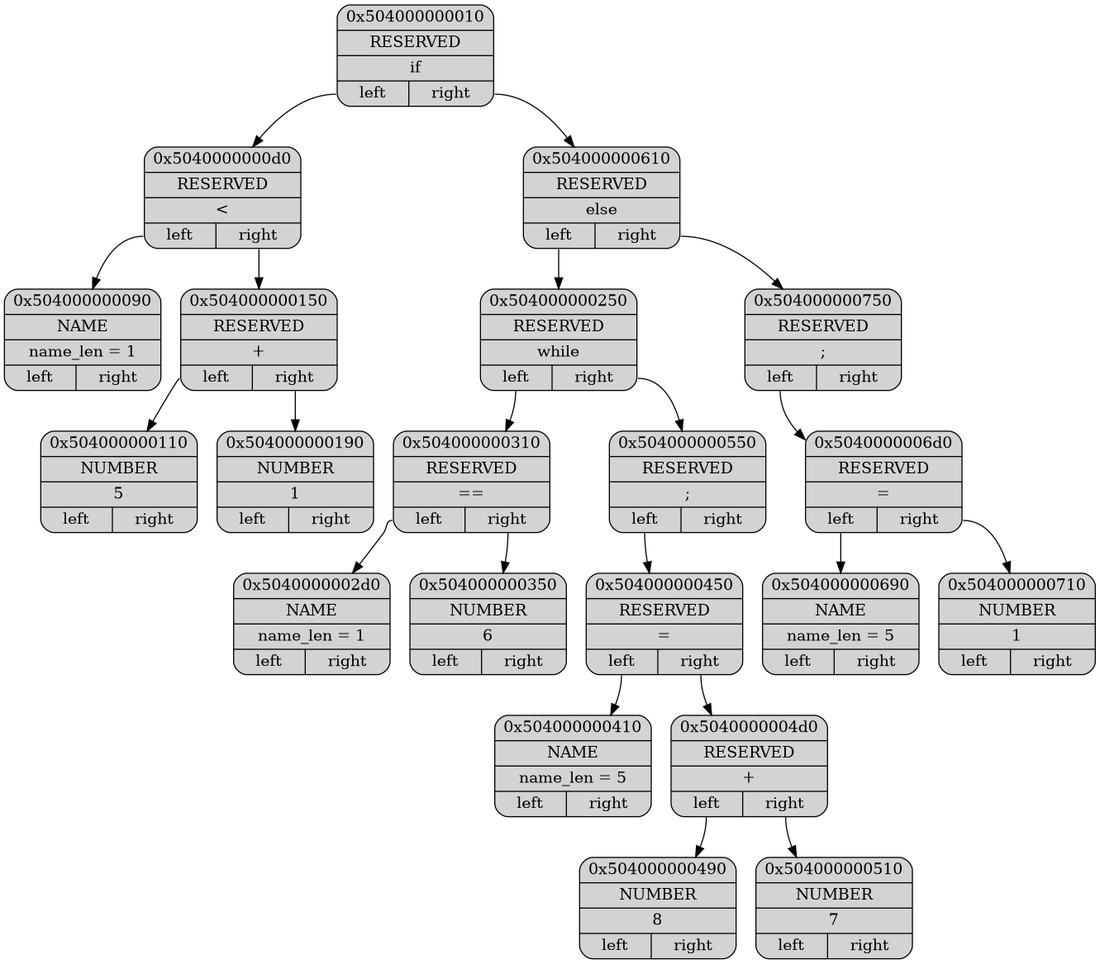
This is Dump/dump.png from ashqqy/Language, a Graphviz export, as it was before one commit. Its source is kept beside it as Dump/dump.dot.
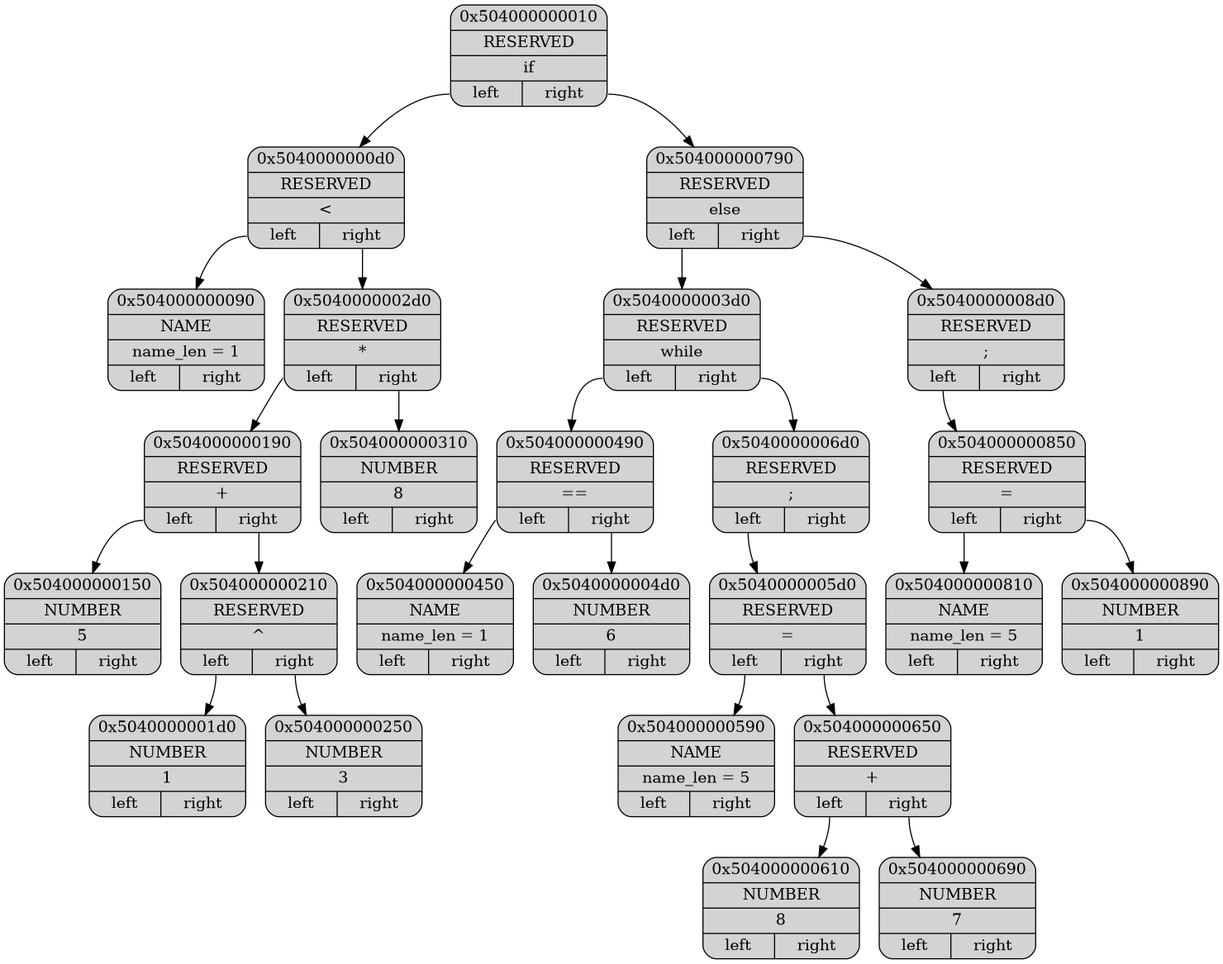
Above is the later version.

The edit, as a diff of the source:
```diff
@@ -5,43 +5,51 @@
 p0x504000000010[label = "{ <ptr> 0x504000000010 | <type> RESERVED | <data> \if | { <l>left|<r>right } }"];
 p0x5040000000d0[label = "{ <ptr> 0x5040000000d0 | <type> RESERVED | <data> \< | { <l>left|<r>right } }"];
 p0x504000000090[label = "{ <ptr> 0x504000000090 | <type> NAME | <data> name_len = 1 | { <l>left|<r>right } }"];
-p0x504000000150[label = "{ <ptr> 0x504000000150 | <type> RESERVED | <data> \+ | { <l>left|<r>right } }"];
-p0x504000000110[label = "{ <ptr> 0x504000000110 | <type> NUMBER | <data> 5 | { <l>left|<r>right } }"];
-p0x504000000190[label = "{ <ptr> 0x504000000190 | <type> NUMBER | <data> 1 | { <l>left|<r>right } }"];
-p0x504000000610[label = "{ <ptr> 0x504000000610 | <type> RESERVED | <data> \else | { <l>left|<r>right } }"];
-p0x504000000250[label = "{ <ptr> 0x504000000250 | <type> RESERVED | <data> \while | { <l>left|<r>right } }"];
-p0x504000000310[label = "{ <ptr> 0x504000000310 | <type> RESERVED | <data> \== | { <l>left|<r>right } }"];
-p0x5040000002d0[label = "{ <ptr> 0x5040000002d0 | <type> NAME | <data> name_len = 1 | { <l>left|<r>right } }"];
-p0x504000000350[label = "{ <ptr> 0x504000000350 | <type> NUMBER | <data> 6 | { <l>left|<r>right } }"];
-p0x504000000550[label = "{ <ptr> 0x504000000550 | <type> RESERVED | <data> \; | { <l>left|<r>right } }"];
-p0x504000000450[label = "{ <ptr> 0x504000000450 | <type> RESERVED | <data> \= | { <l>left|<r>right } }"];
-p0x504000000410[label = "{ <ptr> 0x504000000410 | <type> NAME | <data> name_len = 5 | { <l>left|<r>right } }"];
-p0x5040000004d0[label = "{ <ptr> 0x5040000004d0 | <type> RESERVED | <data> \+ | { <l>left|<r>right } }"];
-p0x504000000490[label = "{ <ptr> 0x504000000490 | <type> NUMBER | <data> 8 | { <l>left|<r>right } }"];
-p0x504000000510[label = "{ <ptr> 0x504000000510 | <type> NUMBER | <data> 7 | { <l>left|<r>right } }"];
-p0x504000000750[label = "{ <ptr> 0x504000000750 | <type> RESERVED | <data> \; | { <l>left|<r>right } }"];
-p0x5040000006d0[label = "{ <ptr> 0x5040000006d0 | <type> RESERVED | <data> \= | { <l>left|<r>right } }"];
-p0x504000000690[label = "{ <ptr> 0x504000000690 | <type> NAME | <data> name_len = 5 | { <l>left|<r>right } }"];
-p0x504000000710[label = "{ <ptr> 0x504000000710 | <type> NUMBER | <data> 1 | { <l>left|<r>right } }"];
+p0x5040000002d0[label = "{ <ptr> 0x5040000002d0 | <type> RESERVED | <data> \* | { <l>left|<r>right } }"];
+p0x504000000190[label = "{ <ptr> 0x504000000190 | <type> RESERVED | <data> \+ | { <l>left|<r>right } }"];
+p0x504000000150[label = "{ <ptr> 0x504000000150 | <type> NUMBER | <data> 5 | { <l>left|<r>right } }"];
+p0x504000000210[label = "{ <ptr> 0x504000000210 | <type> RESERVED | <data> \^ | { <l>left|<r>right } }"];
+p0x5040000001d0[label = "{ <ptr> 0x5040000001d0 | <type> NUMBER | <data> 1 | { <l>left|<r>right } }"];
+p0x504000000250[label = "{ <ptr> 0x504000000250 | <type> NUMBER | <data> 3 | { <l>left|<r>right } }"];
+p0x504000000310[label = "{ <ptr> 0x504000000310 | <type> NUMBER | <data> 8 | { <l>left|<r>right } }"];
+p0x504000000790[label = "{ <ptr> 0x504000000790 | <type> RESERVED | <data> \else | { <l>left|<r>right } }"];
+p0x5040000003d0[label = "{ <ptr> 0x5040000003d0 | <type> RESERVED | <data> \while | { <l>left|<r>right } }"];
+p0x504000000490[label = "{ <ptr> 0x504000000490 | <type> RESERVED | <data> \== | { <l>left|<r>right } }"];
+p0x504000000450[label = "{ <ptr> 0x504000000450 | <type> NAME | <data> name_len = 1 | { <l>left|<r>right } }"];
+p0x5040000004d0[label = "{ <ptr> 0x5040000004d0 | <type> NUMBER | <data> 6 | { <l>left|<r>right } }"];
+p0x5040000006d0[label = "{ <ptr> 0x5040000006d0 | <type> RESERVED | <data> \; | { <l>left|<r>right } }"];
+p0x5040000005d0[label = "{ <ptr> 0x5040000005d0 | <type> RESERVED | <data> \= | { <l>left|<r>right } }"];
+p0x504000000590[label = "{ <ptr> 0x504000000590 | <type> NAME | <data> name_len = 5 | { <l>left|<r>right } }"];
+p0x504000000650[label = "{ <ptr> 0x504000000650 | <type> RESERVED | <data> \+ | { <l>left|<r>right } }"];
+p0x504000000610[label = "{ <ptr> 0x504000000610 | <type> NUMBER | <data> 8 | { <l>left|<r>right } }"];
+p0x504000000690[label = "{ <ptr> 0x504000000690 | <type> NUMBER | <data> 7 | { <l>left|<r>right } }"];
+p0x5040000008d0[label = "{ <ptr> 0x5040000008d0 | <type> RESERVED | <data> \; | { <l>left|<r>right } }"];
+p0x504000000850[label = "{ <ptr> 0x504000000850 | <type> RESERVED | <data> \= | { <l>left|<r>right } }"];
+p0x504000000810[label = "{ <ptr> 0x504000000810 | <type> NAME | <data> name_len = 5 | { <l>left|<r>right } }"];
+p0x504000000890[label = "{ <ptr> 0x504000000890 | <type> NUMBER | <data> 1 | { <l>left|<r>right } }"];
 
 p0x504000000010:<l> -> p0x5040000000d0
 p0x5040000000d0:<l> -> p0x504000000090
-p0x5040000000d0:<r> -> p0x504000000150
-p0x504000000150:<l> -> p0x504000000110
-p0x504000000150:<r> -> p0x504000000190
-p0x504000000010:<r> -> p0x504000000610
-p0x504000000610:<l> -> p0x504000000250
-p0x504000000250:<l> -> p0x504000000310
-p0x504000000310:<l> -> p0x5040000002d0
-p0x504000000310:<r> -> p0x504000000350
-p0x504000000250:<r> -> p0x504000000550
-p0x504000000550:<l> -> p0x504000000450
-p0x504000000450:<l> -> p0x504000000410
-p0x504000000450:<r> -> p0x5040000004d0
-p0x5040000004d0:<l> -> p0x504000000490
-p0x5040000004d0:<r> -> p0x504000000510
-p0x504000000610:<r> -> p0x504000000750
-p0x504000000750:<l> -> p0x5040000006d0
-p0x5040000006d0:<l> -> p0x504000000690
-p0x5040000006d0:<r> -> p0x504000000710
+p0x5040000000d0:<r> -> p0x5040000002d0
+p0x5040000002d0:<l> -> p0x504000000190
+p0x504000000190:<l> -> p0x504000000150
+p0x504000000190:<r> -> p0x504000000210
+p0x504000000210:<l> -> p0x5040000001d0
+p0x504000000210:<r> -> p0x504000000250
+p0x5040000002d0:<r> -> p0x504000000310
+p0x504000000010:<r> -> p0x504000000790
+p0x504000000790:<l> -> p0x5040000003d0
+p0x5040000003d0:<l> -> p0x504000000490
+p0x504000000490:<l> -> p0x504000000450
+p0x504000000490:<r> -> p0x5040000004d0
+p0x5040000003d0:<r> -> p0x5040000006d0
+p0x5040000006d0:<l> -> p0x5040000005d0
+p0x5040000005d0:<l> -> p0x504000000590
+p0x5040000005d0:<r> -> p0x504000000650
+p0x504000000650:<l> -> p0x504000000610
+p0x504000000650:<r> -> p0x504000000690
+p0x504000000790:<r> -> p0x5040000008d0
+p0x5040000008d0:<l> -> p0x504000000850
+p0x504000000850:<l> -> p0x504000000810
+p0x504000000850:<r> -> p0x504000000890
 }
```
